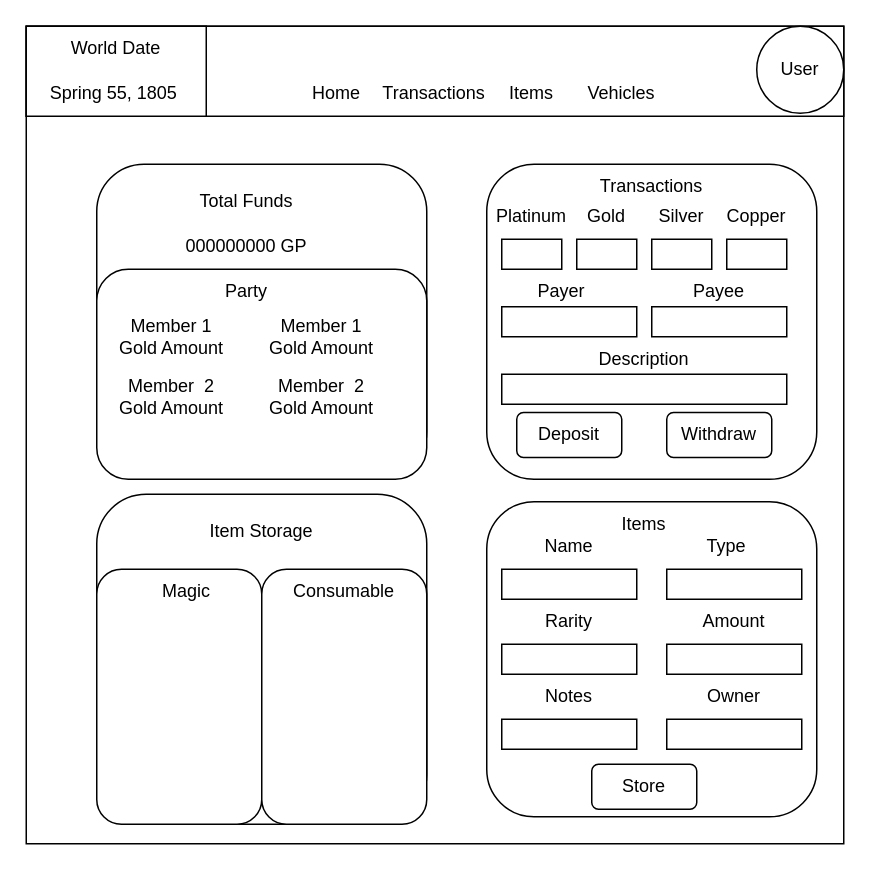
Earlier version of the draw.io diagram docs/Diagrams/Home Page.drawio (Hinrichsta/CampaignTracker). Source tidied: cells renumbered, new cells numbered last; positions are measured from the earlier drawing's top-left corner, leaving out a move shared by most shapes. Both pictures are drawn from the tidied source at 150%, with x=0, y=0 at pixel (26, 26).
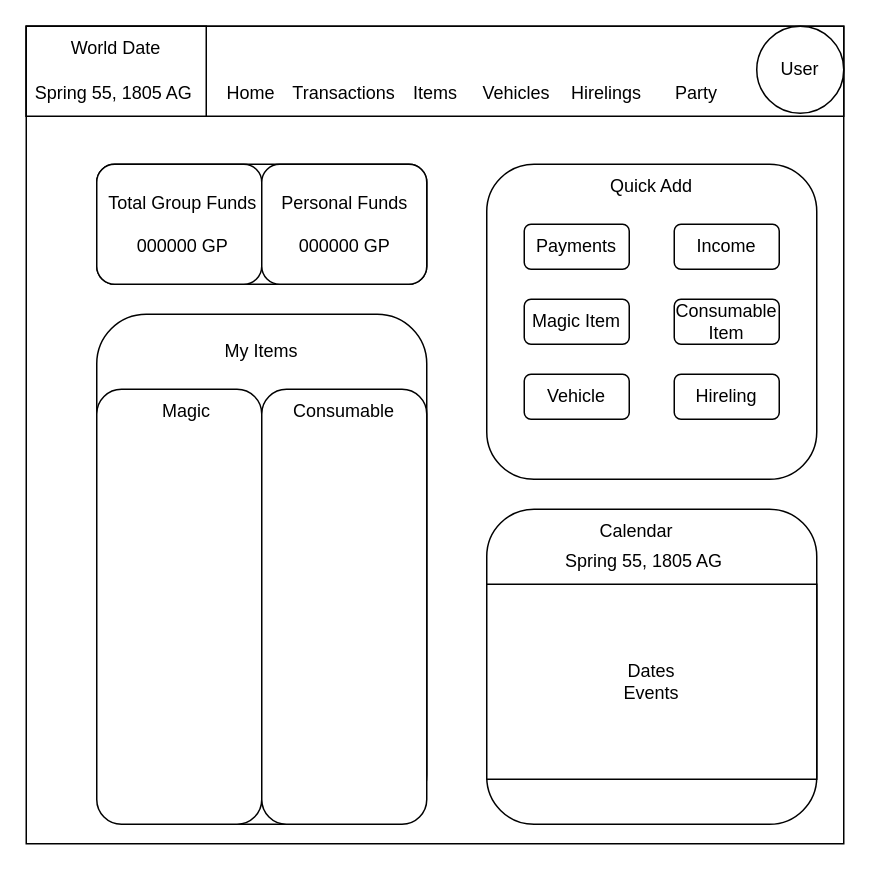
After the change.

Change to the diagram source:
```diff
@@
     <mxCell id="3" style="rounded=1;whiteSpace=wrap;html=1;rotation=0;" parent="1" vertex="1">
-      <mxGeometry x="47" y="312" width="220" height="220" as="geometry" />
+      <mxGeometry x="47" y="192" width="220" height="340" as="geometry" />
     </mxCell>
@@
     <mxCell id="5" value="Home" style="text;html=1;align=center;verticalAlign=middle;whiteSpace=wrap;rounded=0;" parent="1" vertex="1">
-      <mxGeometry x="177" y="30" width="60" height="30" as="geometry" />
+      <mxGeometry x="120" y="30" width="60" height="30" as="geometry" />
     </mxCell>
     <mxCell id="6" value="Transactions" style="text;html=1;align=center;verticalAlign=middle;whiteSpace=wrap;rounded=0;" parent="1" vertex="1">
-      <mxGeometry x="242" y="30" width="60" height="30" as="geometry" />
+      <mxGeometry x="182" y="30" width="60" height="30" as="geometry" />
     </mxCell>
     <mxCell id="7" value="Items" style="text;html=1;align=center;verticalAlign=middle;whiteSpace=wrap;rounded=0;" parent="1" vertex="1">
-      <mxGeometry x="307" y="30" width="60" height="30" as="geometry" />
+      <mxGeometry x="242.5" y="30" width="60" height="30" as="geometry" />
     </mxCell>
     <mxCell id="8" value="Vehicles" style="text;html=1;align=center;verticalAlign=middle;whiteSpace=wrap;rounded=0;" parent="1" vertex="1">
-      <mxGeometry x="367" y="30" width="60" height="30" as="geometry" />
+      <mxGeometry x="297" y="30" width="60" height="30" as="geometry" />
     </mxCell>
     <mxCell id="9" style="rounded=1;whiteSpace=wrap;html=1;" parent="1" vertex="1">
-      <mxGeometry x="47" y="92" width="220" height="210" as="geometry" />
+      <mxGeometry x="47" y="92" width="220" height="80" as="geometry" />
     </mxCell>
     <mxCell id="10" style="rounded=1;whiteSpace=wrap;html=1;rotation=0;" parent="1" vertex="1">
-      <mxGeometry x="47" y="162" width="220" height="140" as="geometry" />
+      <mxGeometry x="47" y="92" width="110" height="80" as="geometry" />
     </mxCell>
-    <mxCell id="11" value="Total Funds" style="text;html=1;align=center;verticalAlign=middle;whiteSpace=wrap;rounded=0;" parent="1" vertex="1">
-      <mxGeometry x="102" y="102" width="90" height="30" as="geometry" />
+    <mxCell id="11" value="Total Group Funds&lt;div&gt;&lt;br&gt;&lt;/div&gt;&lt;div&gt;000000 GP&lt;/div&gt;" style="text;html=1;align=center;verticalAlign=middle;whiteSpace=wrap;rounded=0;" parent="1" vertex="1">
+      <mxGeometry x="47" y="117" width="115" height="30" as="geometry" />
     </mxCell>
-    <mxCell id="12" value="000000000 GP" style="text;html=1;align=center;verticalAlign=middle;whiteSpace=wrap;rounded=0;" parent="1" vertex="1">
-      <mxGeometry x="97" y="132" width="100" height="30" as="geometry" />
-    </mxCell>
-    <mxCell id="13" value="Party" style="text;html=1;align=center;verticalAlign=middle;whiteSpace=wrap;rounded=0;" parent="1" vertex="1">
-      <mxGeometry x="117" y="162" width="60" height="30" as="geometry" />
-    </mxCell>
-    <mxCell id="14" value="Member 1&lt;br&gt;Gold Amount" style="text;html=1;align=center;verticalAlign=middle;whiteSpace=wrap;rounded=0;" parent="1" vertex="1">
-      <mxGeometry x="57" y="192" width="80" height="30" as="geometry" />
-    </mxCell>
-    <mxCell id="15" value="Member&amp;nbsp; 2&lt;br&gt;Gold Amount" style="text;html=1;align=center;verticalAlign=middle;whiteSpace=wrap;rounded=0;" parent="1" vertex="1">
-      <mxGeometry x="57" y="232" width="80" height="30" as="geometry" />
-    </mxCell>
-    <mxCell id="16" value="Member 1&lt;br&gt;Gold Amount" style="text;html=1;align=center;verticalAlign=middle;whiteSpace=wrap;rounded=0;" parent="1" vertex="1">
-      <mxGeometry x="157" y="192" width="80" height="30" as="geometry" />
-    </mxCell>
-    <mxCell id="17" value="Member&amp;nbsp; 2&lt;br&gt;Gold Amount" style="text;html=1;align=center;verticalAlign=middle;whiteSpace=wrap;rounded=0;" parent="1" vertex="1">
-      <mxGeometry x="157" y="232" width="80" height="30" as="geometry" />
-    </mxCell>
-    <mxCell id="18" value="Item Storage" style="text;html=1;align=center;verticalAlign=middle;whiteSpace=wrap;rounded=0;" parent="1" vertex="1">
-      <mxGeometry x="108.2" y="322" width="97.5" height="30" as="geometry" />
+    <mxCell id="18" value="My Items" style="text;html=1;align=center;verticalAlign=middle;whiteSpace=wrap;rounded=0;" parent="1" vertex="1">
+      <mxGeometry x="108.2" y="202" width="97.5" height="30" as="geometry" />
     </mxCell>
     <mxCell id="19" style="rounded=1;whiteSpace=wrap;html=1;rotation=0;" parent="1" vertex="1">
-      <mxGeometry x="47" y="362" width="110" height="170" as="geometry" />
+      <mxGeometry x="47" y="242" width="110" height="290" as="geometry" />
     </mxCell>
     <mxCell id="20" style="rounded=1;whiteSpace=wrap;html=1;rotation=0;" parent="1" vertex="1">
-      <mxGeometry x="157" y="362" width="110" height="170" as="geometry" />
+      <mxGeometry x="157" y="242" width="110" height="290" as="geometry" />
     </mxCell>
     <mxCell id="21" value="Magic" style="text;html=1;align=center;verticalAlign=middle;whiteSpace=wrap;rounded=0;" parent="1" vertex="1">
-      <mxGeometry x="77" y="362" width="60" height="30" as="geometry" />
+      <mxGeometry x="77" y="242" width="60" height="30" as="geometry" />
     </mxCell>
     <mxCell id="22" value="Consumable" style="text;html=1;align=center;verticalAlign=middle;whiteSpace=wrap;rounded=0;" parent="1" vertex="1">
-      <mxGeometry x="182" y="362" width="60" height="30" as="geometry" />
+      <mxGeometry x="182" y="242" width="60" height="30" as="geometry" />
     </mxCell>
@@
-    <mxCell id="24" style="rounded=1;whiteSpace=wrap;html=1;" parent="1" vertex="1">
-      <mxGeometry x="307" y="317" width="220" height="210" as="geometry" />
-    </mxCell>
-    <mxCell id="25" value="Transactions" style="text;html=1;align=center;verticalAlign=middle;whiteSpace=wrap;rounded=0;" parent="1" vertex="1">
+    <mxCell id="25" value="Quick Add" style="text;html=1;align=center;verticalAlign=middle;whiteSpace=wrap;rounded=0;" parent="1" vertex="1">
       <mxGeometry x="387" y="92" width="60" height="30" as="geometry" />
     </mxCell>
-    <mxCell id="26" style="rounded=0;whiteSpace=wrap;html=1;" parent="1" vertex="1">
-      <mxGeometry x="317" y="142" width="40" height="20" as="geometry" />
-    </mxCell>
-    <mxCell id="27" style="rounded=0;whiteSpace=wrap;html=1;" parent="1" vertex="1">
-      <mxGeometry x="367" y="142" width="40" height="20" as="geometry" />
-    </mxCell>
-    <mxCell id="28" style="rounded=0;whiteSpace=wrap;html=1;" parent="1" vertex="1">
-      <mxGeometry x="417" y="142" width="40" height="20" as="geometry" />
-    </mxCell>
-    <mxCell id="29" style="rounded=0;whiteSpace=wrap;html=1;" parent="1" vertex="1">
-      <mxGeometry x="467" y="142" width="40" height="20" as="geometry" />
-    </mxCell>
-    <mxCell id="30" style="rounded=0;whiteSpace=wrap;html=1;" parent="1" vertex="1">
-      <mxGeometry x="317" y="187" width="90" height="20" as="geometry" />
-    </mxCell>
-    <mxCell id="31" style="rounded=0;whiteSpace=wrap;html=1;" parent="1" vertex="1">
-      <mxGeometry x="417" y="187" width="90" height="20" as="geometry" />
-    </mxCell>
-    <mxCell id="32" style="rounded=0;whiteSpace=wrap;html=1;" parent="1" vertex="1">
-      <mxGeometry x="317" y="232" width="190" height="20" as="geometry" />
-    </mxCell>
-    <mxCell id="33" style="rounded=1;whiteSpace=wrap;html=1;" parent="1" vertex="1">
-      <mxGeometry x="327" y="257.5" width="70" height="30" as="geometry" />
+    <mxCell id="33" value="Payments" style="rounded=1;whiteSpace=wrap;html=1;" parent="1" vertex="1">
+      <mxGeometry x="332" y="132" width="70" height="30" as="geometry" />
     </mxCell>
-    <mxCell id="34" style="rounded=1;whiteSpace=wrap;html=1;" parent="1" vertex="1">
-      <mxGeometry x="427" y="257.5" width="70" height="30" as="geometry" />
+    <mxCell id="34" value="Income" style="rounded=1;whiteSpace=wrap;html=1;" parent="1" vertex="1">
+      <mxGeometry x="432" y="132" width="70" height="30" as="geometry" />
     </mxCell>
-    <mxCell id="35" value="Platinum" style="text;html=1;align=center;verticalAlign=middle;whiteSpace=wrap;rounded=0;" parent="1" vertex="1">
-      <mxGeometry x="307" y="112" width="60" height="30" as="geometry" />
-    </mxCell>
-    <mxCell id="36" value="Gold" style="text;html=1;align=center;verticalAlign=middle;whiteSpace=wrap;rounded=0;" parent="1" vertex="1">
-      <mxGeometry x="357" y="112" width="60" height="30" as="geometry" />
-    </mxCell>
-    <mxCell id="37" value="Silver" style="text;html=1;align=center;verticalAlign=middle;whiteSpace=wrap;rounded=0;" parent="1" vertex="1">
-      <mxGeometry x="407" y="112" width="60" height="30" as="geometry" />
-    </mxCell>
-    <mxCell id="38" value="Copper" style="text;html=1;align=center;verticalAlign=middle;whiteSpace=wrap;rounded=0;" parent="1" vertex="1">
-      <mxGeometry x="457" y="112" width="60" height="30" as="geometry" />
-    </mxCell>
-    <mxCell id="39" value="Payer" style="text;html=1;align=center;verticalAlign=middle;whiteSpace=wrap;rounded=0;" parent="1" vertex="1">
-      <mxGeometry x="327" y="162" width="60" height="30" as="geometry" />
-    </mxCell>
-    <mxCell id="40" value="Payee" style="text;html=1;align=center;verticalAlign=middle;whiteSpace=wrap;rounded=0;" parent="1" vertex="1">
-      <mxGeometry x="432" y="162" width="60" height="30" as="geometry" />
-    </mxCell>
-    <mxCell id="41" value="Description" style="text;html=1;align=center;verticalAlign=middle;whiteSpace=wrap;rounded=0;" parent="1" vertex="1">
-      <mxGeometry x="382" y="207" width="60" height="30" as="geometry" />
-    </mxCell>
-    <mxCell id="42" value="Deposit" style="text;html=1;align=center;verticalAlign=middle;whiteSpace=wrap;rounded=0;" parent="1" vertex="1">
-      <mxGeometry x="332" y="257" width="60" height="30" as="geometry" />
-    </mxCell>
-    <mxCell id="43" value="Withdraw" style="text;html=1;align=center;verticalAlign=middle;whiteSpace=wrap;rounded=0;" parent="1" vertex="1">
-      <mxGeometry x="432" y="257" width="60" height="30" as="geometry" />
-    </mxCell>
-    <mxCell id="44" value="Items" style="text;html=1;align=center;verticalAlign=middle;whiteSpace=wrap;rounded=0;" parent="1" vertex="1">
-      <mxGeometry x="382" y="317" width="60" height="30" as="geometry" />
-    </mxCell>
-    <mxCell id="45" style="rounded=0;whiteSpace=wrap;html=1;" parent="1" vertex="1">
-      <mxGeometry x="317" y="362" width="90" height="20" as="geometry" />
-    </mxCell>
-    <mxCell id="46" style="rounded=0;whiteSpace=wrap;html=1;" parent="1" vertex="1">
-      <mxGeometry x="427" y="362" width="90" height="20" as="geometry" />
-    </mxCell>
-    <mxCell id="47" value="Name" style="text;html=1;align=center;verticalAlign=middle;whiteSpace=wrap;rounded=0;" parent="1" vertex="1">
-      <mxGeometry x="332" y="332" width="60" height="30" as="geometry" />
-    </mxCell>
-    <mxCell id="48" value="Type" style="text;html=1;align=center;verticalAlign=middle;whiteSpace=wrap;rounded=0;" parent="1" vertex="1">
-      <mxGeometry x="437" y="332" width="60" height="30" as="geometry" />
-    </mxCell>
-    <mxCell id="49" style="rounded=0;whiteSpace=wrap;html=1;" parent="1" vertex="1">
-      <mxGeometry x="317" y="412" width="90" height="20" as="geometry" />
-    </mxCell>
-    <mxCell id="50" value="Rarity" style="text;html=1;align=center;verticalAlign=middle;whiteSpace=wrap;rounded=0;" parent="1" vertex="1">
-      <mxGeometry x="332" y="382" width="60" height="30" as="geometry" />
-    </mxCell>
-    <mxCell id="51" style="rounded=0;whiteSpace=wrap;html=1;" parent="1" vertex="1">
-      <mxGeometry x="427" y="412" width="90" height="20" as="geometry" />
-    </mxCell>
-    <mxCell id="52" value="Amount" style="text;html=1;align=center;verticalAlign=middle;whiteSpace=wrap;rounded=0;" parent="1" vertex="1">
-      <mxGeometry x="442" y="382" width="60" height="30" as="geometry" />
-    </mxCell>
-    <mxCell id="53" style="rounded=0;whiteSpace=wrap;html=1;" parent="1" vertex="1">
-      <mxGeometry x="317" y="462" width="90" height="20" as="geometry" />
-    </mxCell>
-    <mxCell id="54" value="Notes" style="text;html=1;align=center;verticalAlign=middle;whiteSpace=wrap;rounded=0;" parent="1" vertex="1">
-      <mxGeometry x="332" y="432" width="60" height="30" as="geometry" />
-    </mxCell>
-    <mxCell id="55" style="rounded=0;whiteSpace=wrap;html=1;" parent="1" vertex="1">
-      <mxGeometry x="427" y="462" width="90" height="20" as="geometry" />
-    </mxCell>
-    <mxCell id="56" value="Owner" style="text;html=1;align=center;verticalAlign=middle;whiteSpace=wrap;rounded=0;" parent="1" vertex="1">
-      <mxGeometry x="442" y="432" width="60" height="30" as="geometry" />
-    </mxCell>
-    <mxCell id="57" style="rounded=1;whiteSpace=wrap;html=1;" parent="1" vertex="1">
-      <mxGeometry x="377" y="492" width="70" height="30" as="geometry" />
-    </mxCell>
-    <mxCell id="58" value="Store" style="text;html=1;align=center;verticalAlign=middle;whiteSpace=wrap;rounded=0;" parent="1" vertex="1">
-      <mxGeometry x="382" y="492" width="60" height="30" as="geometry" />
-    </mxCell>
@@
-    <mxCell id="61" value="Spring 55, 1805" style="text;html=1;align=center;verticalAlign=middle;whiteSpace=wrap;rounded=0;" parent="1" vertex="1">
+    <mxCell id="61" value="Spring 55, 1805 AG" style="text;html=1;align=center;verticalAlign=middle;whiteSpace=wrap;rounded=0;" parent="1" vertex="1">
       <mxGeometry y="30" width="117" height="30" as="geometry" />
     </mxCell>
@@
+    <mxCell id="63" value="Magic Item" style="rounded=1;whiteSpace=wrap;html=1;" parent="1" vertex="1">
+      <mxGeometry x="332" y="182" width="70" height="30" as="geometry" />
+    </mxCell>
+    <mxCell id="64" value="Consumable Item" style="rounded=1;whiteSpace=wrap;html=1;" parent="1" vertex="1">
+      <mxGeometry x="432" y="182" width="70" height="30" as="geometry" />
+    </mxCell>
+    <mxCell id="65" value="Vehicle" style="rounded=1;whiteSpace=wrap;html=1;" parent="1" vertex="1">
+      <mxGeometry x="332" y="232" width="70" height="30" as="geometry" />
+    </mxCell>
+    <mxCell id="66" value="Hireling" style="rounded=1;whiteSpace=wrap;html=1;" parent="1" vertex="1">
+      <mxGeometry x="432" y="232" width="70" height="30" as="geometry" />
+    </mxCell>
+    <mxCell id="67" style="rounded=1;whiteSpace=wrap;html=1;rotation=0;" parent="1" vertex="1">
+      <mxGeometry x="157" y="92" width="110" height="80" as="geometry" />
+    </mxCell>
+    <mxCell id="14" value="Personal Funds&lt;div&gt;&lt;br&gt;&lt;/div&gt;&lt;div&gt;000000 GP&lt;/div&gt;" style="text;html=1;align=center;verticalAlign=middle;whiteSpace=wrap;rounded=0;" parent="1" vertex="1">
+      <mxGeometry x="154.5" y="117" width="115" height="30" as="geometry" />
+    </mxCell>
+    <mxCell id="68" value="Hirelings" style="text;html=1;align=center;verticalAlign=middle;whiteSpace=wrap;rounded=0;" parent="1" vertex="1">
+      <mxGeometry x="357" y="30" width="60" height="30" as="geometry" />
+    </mxCell>
+    <mxCell id="13" value="Party" style="text;html=1;align=center;verticalAlign=middle;whiteSpace=wrap;rounded=0;" parent="1" vertex="1">
+      <mxGeometry x="417" y="30" width="60" height="30" as="geometry" />
+    </mxCell>
+    <mxCell id="69" style="rounded=1;whiteSpace=wrap;html=1;" parent="1" vertex="1">
+      <mxGeometry x="307" y="322" width="220" height="210" as="geometry" />
+    </mxCell>
+    <mxCell id="70" value="Spring 55, 1805 AG" style="text;html=1;align=center;verticalAlign=middle;whiteSpace=wrap;rounded=0;" parent="1" vertex="1">
+      <mxGeometry x="347" y="342" width="130" height="30" as="geometry" />
+    </mxCell>
+    <mxCell id="71" value="Calendar" style="text;html=1;align=center;verticalAlign=middle;whiteSpace=wrap;rounded=0;" parent="1" vertex="1">
+      <mxGeometry x="377" y="322" width="60" height="30" as="geometry" />
+    </mxCell>
+    <mxCell id="72" value="Dates&lt;br&gt;Events" style="rounded=0;whiteSpace=wrap;html=1;" parent="1" vertex="1">
+      <mxGeometry x="307" y="372" width="220" height="130" as="geometry" />
+    </mxCell>
```
